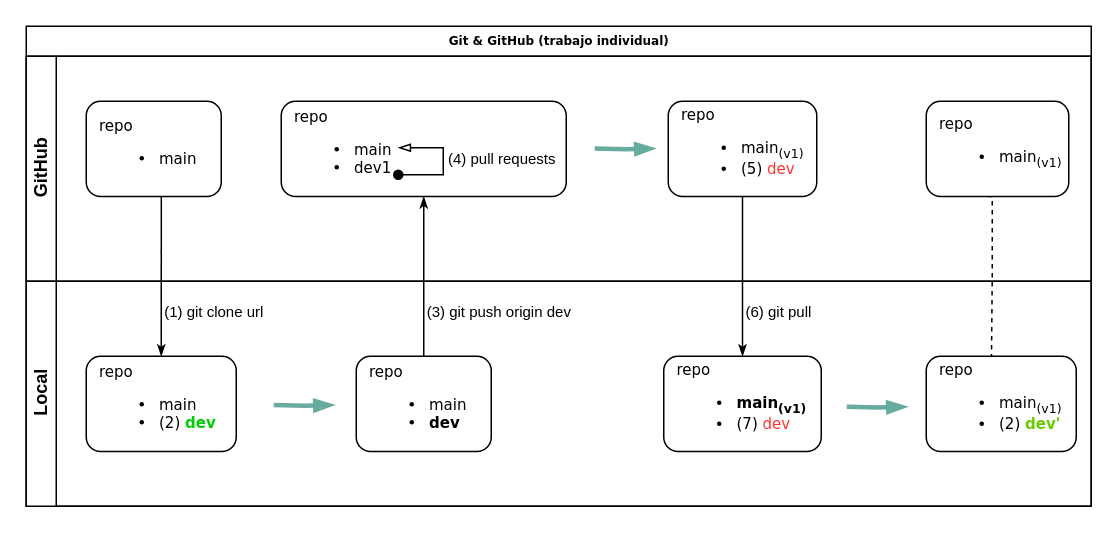
Earlier version of the draw.io diagram Flujo individual GitGitHub.drawio (dannylarrea/draw.io). Source tidied: cells renumbered, new cells numbered last; positions are measured from the earlier drawing's top-left corner, leaving out a move shared by most shapes. Both pictures are drawn from the tidied source at 150%, with x=0, y=0 at pixel (26, 26).
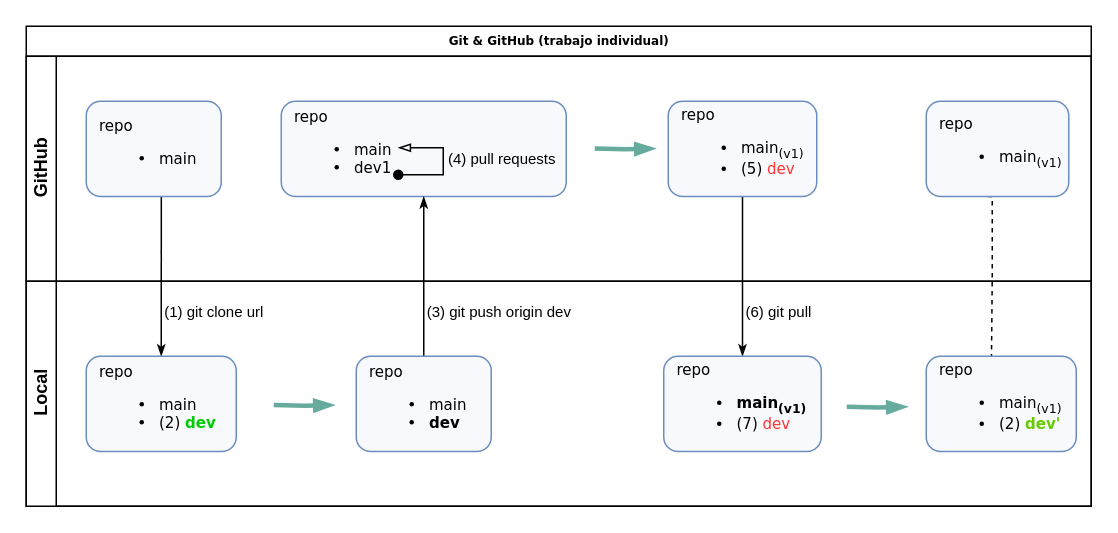
After the change.

The change refers to these unchanged cells:
```xml
<mxCell id="4" value="GitHub" style="swimlane;html=1;startSize=20;horizontal=0;" parent="2" vertex="1">
  <mxGeometry y="20" width="710" height="150" as="geometry" />
</mxCell>
<mxCell id="10" value="Local" style="swimlane;html=1;startSize=20;horizontal=0;" parent="2" vertex="1">
  <mxGeometry y="170" width="710" height="150" as="geometry" />
</mxCell>
```

Diff of the diagram source:
```diff
@@
-    <mxCell id="5" value="repo&lt;br&gt;&lt;ul&gt;&lt;li&gt;main&lt;/li&gt;&lt;li&gt;dev1&lt;/li&gt;&lt;/ul&gt;" style="rounded=1;whiteSpace=wrap;html=1;shadow=0;labelBackgroundColor=none;strokeWidth=1;fontFamily=Verdana;fontSize=10;align=left;spacingLeft=7;" parent="4" vertex="1">
+    <mxCell id="5" value="repo&lt;br&gt;&lt;ul&gt;&lt;li&gt;main&lt;/li&gt;&lt;li&gt;dev1&lt;/li&gt;&lt;/ul&gt;" style="rounded=1;whiteSpace=wrap;html=1;shadow=0;labelBackgroundColor=none;strokeWidth=1;fontFamily=Verdana;fontSize=10;align=left;spacingLeft=7;fillColor=#F7F9FC;strokeColor=#6c8ebf;" parent="4" vertex="1">
       <mxGeometry x="170" y="30" width="190" height="63.5" as="geometry" />
     </mxCell>
-    <mxCell id="6" value="repo&lt;br style=&quot;font-size: 10px&quot;&gt;&lt;ul style=&quot;font-size: 10px&quot;&gt;&lt;li style=&quot;font-size: 10px&quot;&gt;&lt;span style=&quot;font-size: 10px&quot;&gt;main&lt;/span&gt;&lt;/li&gt;&lt;/ul&gt;" style="rounded=1;whiteSpace=wrap;html=1;shadow=0;labelBackgroundColor=none;strokeWidth=1;fontFamily=Verdana;fontSize=10;align=left;spacingLeft=7;" parent="4" vertex="1">
+    <mxCell id="6" value="repo&lt;br style=&quot;font-size: 10px&quot;&gt;&lt;ul style=&quot;font-size: 10px&quot;&gt;&lt;li style=&quot;font-size: 10px&quot;&gt;&lt;span style=&quot;font-size: 10px&quot;&gt;main&lt;/span&gt;&lt;/li&gt;&lt;/ul&gt;" style="rounded=1;whiteSpace=wrap;html=1;shadow=0;labelBackgroundColor=none;strokeWidth=1;fontFamily=Verdana;fontSize=10;align=left;spacingLeft=7;fillColor=#F7F9FC;strokeColor=#6c8ebf;" parent="4" vertex="1">
       <mxGeometry x="40" y="30" width="90" height="63.5" as="geometry" />
     </mxCell>
@@
-    <mxCell id="11" value="repo&lt;br style=&quot;font-size: 10px&quot;&gt;&lt;ul style=&quot;font-size: 10px&quot;&gt;&lt;li style=&quot;font-size: 10px&quot;&gt;&lt;span style=&quot;font-size: 10px&quot;&gt;main&lt;/span&gt;&lt;/li&gt;&lt;li style=&quot;font-size: 10px&quot;&gt;&lt;span style=&quot;font-size: 10px&quot;&gt;(2) &lt;font color=&quot;#00cc00&quot; style=&quot;font-weight: bold&quot;&gt;dev&lt;/font&gt;&lt;/span&gt;&lt;/li&gt;&lt;/ul&gt;" style="rounded=1;whiteSpace=wrap;html=1;shadow=0;labelBackgroundColor=none;strokeWidth=1;fontFamily=Verdana;fontSize=10;align=left;spacingLeft=7;" parent="10" vertex="1">
+    <mxCell id="11" value="repo&lt;br style=&quot;font-size: 10px&quot;&gt;&lt;ul style=&quot;font-size: 10px&quot;&gt;&lt;li style=&quot;font-size: 10px&quot;&gt;&lt;span style=&quot;font-size: 10px&quot;&gt;main&lt;/span&gt;&lt;/li&gt;&lt;li style=&quot;font-size: 10px&quot;&gt;&lt;span style=&quot;font-size: 10px&quot;&gt;(2) &lt;font color=&quot;#00cc00&quot; style=&quot;font-weight: bold&quot;&gt;dev&lt;/font&gt;&lt;/span&gt;&lt;/li&gt;&lt;/ul&gt;" style="rounded=1;whiteSpace=wrap;html=1;shadow=0;labelBackgroundColor=none;strokeWidth=1;fontFamily=Verdana;fontSize=10;align=left;spacingLeft=7;fillColor=#F7F9FC;strokeColor=#6c8ebf;" parent="10" vertex="1">
       <mxGeometry x="40" y="50" width="100" height="63.5" as="geometry" />
     </mxCell>
@@
-    <mxCell id="18" value="repo&lt;br style=&quot;font-size: 10px&quot;&gt;&lt;ul style=&quot;font-size: 10px&quot;&gt;&lt;li style=&quot;font-size: 10px&quot;&gt;&lt;span style=&quot;font-size: 10px&quot;&gt;main&lt;/span&gt;&lt;/li&gt;&lt;li style=&quot;font-size: 10px&quot;&gt;&lt;span style=&quot;font-size: 10px&quot;&gt;&lt;b&gt;dev&lt;/b&gt;&lt;/span&gt;&lt;/li&gt;&lt;/ul&gt;" style="rounded=1;whiteSpace=wrap;html=1;shadow=0;labelBackgroundColor=none;strokeWidth=1;fontFamily=Verdana;fontSize=10;align=left;spacingLeft=7;" parent="1" vertex="1">
+    <mxCell id="18" value="repo&lt;br style=&quot;font-size: 10px&quot;&gt;&lt;ul style=&quot;font-size: 10px&quot;&gt;&lt;li style=&quot;font-size: 10px&quot;&gt;&lt;span style=&quot;font-size: 10px&quot;&gt;main&lt;/span&gt;&lt;/li&gt;&lt;li style=&quot;font-size: 10px&quot;&gt;&lt;span style=&quot;font-size: 10px&quot;&gt;&lt;b&gt;dev&lt;/b&gt;&lt;/span&gt;&lt;/li&gt;&lt;/ul&gt;" style="rounded=1;whiteSpace=wrap;html=1;shadow=0;labelBackgroundColor=none;strokeWidth=1;fontFamily=Verdana;fontSize=10;align=left;spacingLeft=7;fillColor=#F7F9FC;strokeColor=#6c8ebf;" parent="1" vertex="1">
       <mxGeometry x="220" y="220" width="90" height="63.5" as="geometry" />
     </mxCell>
@@
-    <mxCell id="20" value="repo&lt;br style=&quot;font-size: 10px&quot;&gt;&lt;ul style=&quot;font-size: 10px&quot;&gt;&lt;li style=&quot;font-size: 10px&quot;&gt;&lt;span style=&quot;font-size: 10px&quot;&gt;&lt;b&gt;main&lt;sub&gt;(v1)&lt;/sub&gt;&lt;/b&gt;&lt;/span&gt;&lt;/li&gt;&lt;li&gt;(7)&lt;font color=&quot;#ff3333&quot;&gt;&amp;nbsp;dev&lt;/font&gt;&lt;/li&gt;&lt;/ul&gt;" style="rounded=1;whiteSpace=wrap;html=1;shadow=0;labelBackgroundColor=none;strokeWidth=1;fontFamily=Verdana;fontSize=10;align=left;spacingLeft=7;" parent="1" vertex="1">
+    <mxCell id="20" value="repo&lt;br style=&quot;font-size: 10px&quot;&gt;&lt;ul style=&quot;font-size: 10px&quot;&gt;&lt;li style=&quot;font-size: 10px&quot;&gt;&lt;span style=&quot;font-size: 10px&quot;&gt;&lt;b&gt;main&lt;sub&gt;(v1)&lt;/sub&gt;&lt;/b&gt;&lt;/span&gt;&lt;/li&gt;&lt;li&gt;(7)&lt;font color=&quot;#ff3333&quot;&gt;&amp;nbsp;dev&lt;/font&gt;&lt;/li&gt;&lt;/ul&gt;" style="rounded=1;whiteSpace=wrap;html=1;shadow=0;labelBackgroundColor=none;strokeWidth=1;fontFamily=Verdana;fontSize=10;align=left;spacingLeft=7;fillColor=#F7F9FC;strokeColor=#6c8ebf;" parent="1" vertex="1">
       <mxGeometry x="425" y="220" width="105" height="63.5" as="geometry" />
     </mxCell>
-    <mxCell id="21" value="repo&lt;br&gt;&lt;ul&gt;&lt;li&gt;main&lt;sub&gt;(v1)&lt;/sub&gt;&lt;/li&gt;&lt;li&gt;(5)&lt;font color=&quot;#ff3333&quot;&gt; dev&lt;/font&gt;&lt;/li&gt;&lt;/ul&gt;" style="rounded=1;whiteSpace=wrap;html=1;shadow=0;labelBackgroundColor=none;strokeWidth=1;fontFamily=Verdana;fontSize=10;align=left;spacingLeft=7;" parent="1" vertex="1">
+    <mxCell id="21" value="repo&lt;br&gt;&lt;ul&gt;&lt;li&gt;main&lt;sub&gt;(v1)&lt;/sub&gt;&lt;/li&gt;&lt;li&gt;(5)&lt;font color=&quot;#ff3333&quot;&gt; dev&lt;/font&gt;&lt;/li&gt;&lt;/ul&gt;" style="rounded=1;whiteSpace=wrap;html=1;shadow=0;labelBackgroundColor=none;strokeWidth=1;fontFamily=Verdana;fontSize=10;align=left;spacingLeft=7;fillColor=#F7F9FC;strokeColor=#6c8ebf;" parent="1" vertex="1">
       <mxGeometry x="428" y="50" width="99" height="63.5" as="geometry" />
     </mxCell>
@@
-    <mxCell id="23" value="repo&lt;br style=&quot;font-size: 10px&quot;&gt;&lt;ul style=&quot;font-size: 10px&quot;&gt;&lt;li style=&quot;font-size: 10px&quot;&gt;&lt;span style=&quot;font-size: 10px&quot;&gt;main&lt;sub&gt;(v1)&lt;/sub&gt;&lt;/span&gt;&lt;/li&gt;&lt;li&gt;(2)&lt;font color=&quot;#ff3333&quot;&gt;&amp;nbsp;&lt;/font&gt;&lt;b&gt;&lt;font color=&quot;#66cc00&quot;&gt;dev'&lt;/font&gt;&lt;/b&gt;&lt;/li&gt;&lt;/ul&gt;" style="rounded=1;whiteSpace=wrap;html=1;shadow=0;labelBackgroundColor=none;strokeWidth=1;fontFamily=Verdana;fontSize=10;align=left;spacingLeft=7;" parent="1" vertex="1">
+    <mxCell id="23" value="repo&lt;br style=&quot;font-size: 10px&quot;&gt;&lt;ul style=&quot;font-size: 10px&quot;&gt;&lt;li style=&quot;font-size: 10px&quot;&gt;&lt;span style=&quot;font-size: 10px&quot;&gt;main&lt;sub&gt;(v1)&lt;/sub&gt;&lt;/span&gt;&lt;/li&gt;&lt;li&gt;(2)&lt;font color=&quot;#ff3333&quot;&gt;&amp;nbsp;&lt;/font&gt;&lt;b&gt;&lt;font color=&quot;#66cc00&quot;&gt;dev'&lt;/font&gt;&lt;/b&gt;&lt;/li&gt;&lt;/ul&gt;" style="rounded=1;whiteSpace=wrap;html=1;shadow=0;labelBackgroundColor=none;strokeWidth=1;fontFamily=Verdana;fontSize=10;align=left;spacingLeft=7;fillColor=#F7F9FC;strokeColor=#6c8ebf;" parent="1" vertex="1">
       <mxGeometry x="600" y="220" width="100" height="63.5" as="geometry" />
     </mxCell>
-    <mxCell id="24" value="repo&lt;br&gt;&lt;ul&gt;&lt;li&gt;main&lt;sub&gt;(v1)&lt;/sub&gt;&lt;/li&gt;&lt;/ul&gt;" style="rounded=1;whiteSpace=wrap;html=1;shadow=0;labelBackgroundColor=none;strokeWidth=1;fontFamily=Verdana;fontSize=10;align=left;spacingLeft=7;" parent="1" vertex="1">
+    <mxCell id="24" value="repo&lt;br&gt;&lt;ul&gt;&lt;li&gt;main&lt;sub&gt;(v1)&lt;/sub&gt;&lt;/li&gt;&lt;/ul&gt;" style="rounded=1;whiteSpace=wrap;html=1;shadow=0;labelBackgroundColor=none;strokeWidth=1;fontFamily=Verdana;fontSize=10;align=left;spacingLeft=7;fillColor=#F7F9FC;strokeColor=#6c8ebf;" parent="1" vertex="1">
       <mxGeometry x="600" y="50" width="95" height="63.5" as="geometry" />
     </mxCell>
```
